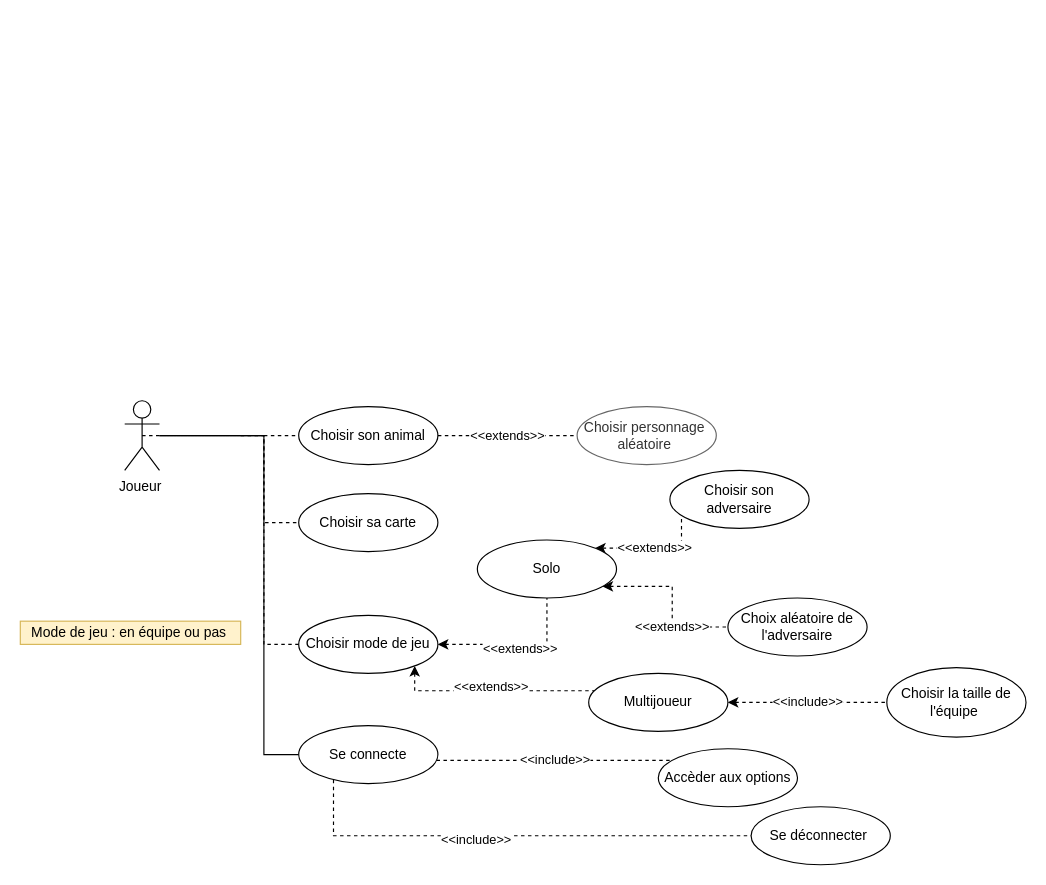
The draw.io diagram UML/CasUtilisation.drawio in SergeOudart/ProjetConceptionUML, before the edit. Source tidied: cells renumbered, new cells numbered last; positions are measured from the earlier drawing's top-left corner, leaving out a move shared by most shapes. Both pictures are drawn from the tidied source at 116%, with x=0, y=0 at pixel (20, 400).
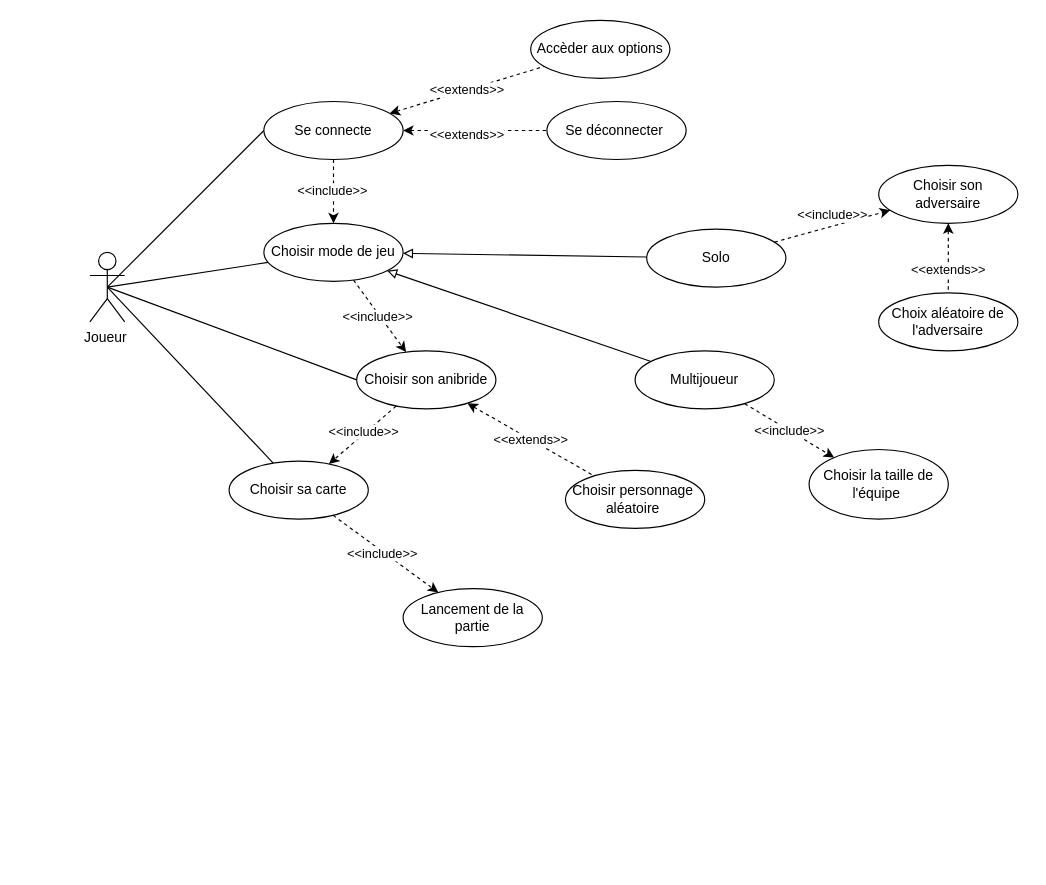
The same diagram, later.

Diff of the diagram source:
```diff
@@
-    <mxCell id="2" style="edgeStyle=orthogonalEdgeStyle;rounded=0;jettySize=auto;html=1;endArrow=none;endFill=0;entryX=0;entryY=0.5;entryDx=0;entryDy=0;" parent="1" edge="1" source="5" target="8">
-      <mxGeometry relative="1" as="geometry">
-        <Array as="points">
-          <mxPoint x="210" y="30" />
-          <mxPoint x="210" y="305" />
-        </Array>
-      </mxGeometry>
+    <mxCell id="2" style="rounded=0;jettySize=auto;html=1;endArrow=none;endFill=0;entryX=0;entryY=0.5;entryDx=0;entryDy=0;exitX=0.5;exitY=0.5;exitDx=0;exitDy=0;exitPerimeter=0;" parent="1" edge="1" source="5" target="8">
+      <mxGeometry relative="1" as="geometry" />
     </mxCell>
-    <mxCell id="3" style="edgeStyle=orthogonalEdgeStyle;rounded=0;jettySize=auto;html=1;exitX=0.5;exitY=0.5;exitDx=0;exitDy=0;exitPerimeter=0;dashed=1;startArrow=none;startFill=0;endArrow=none;endFill=0;" parent="1" edge="1" source="5" target="14">
-      <mxGeometry relative="1" as="geometry">
-        <Array as="points">
-          <mxPoint x="210" y="30" />
-          <mxPoint x="210" y="210" />
-        </Array>
-      </mxGeometry>
+    <mxCell id="3" style="rounded=0;jettySize=auto;html=1;exitX=0.5;exitY=0.5;exitDx=0;exitDy=0;exitPerimeter=0;startArrow=none;startFill=0;endArrow=none;endFill=0;" parent="1" edge="1" source="5" target="14">
+      <mxGeometry relative="1" as="geometry" />
     </mxCell>
-    <mxCell id="4" style="edgeStyle=orthogonalEdgeStyle;rounded=0;jettySize=auto;html=1;entryX=0;entryY=0.5;entryDx=0;entryDy=0;dashed=1;startArrow=none;startFill=0;endArrow=none;endFill=0;" parent="1" edge="1" source="5" target="27">
-      <mxGeometry relative="1" as="geometry">
-        <Array as="points">
-          <mxPoint x="240" y="30" />
-        </Array>
-      </mxGeometry>
+    <mxCell id="4" style="rounded=0;jettySize=auto;html=1;entryX=0;entryY=0.5;entryDx=0;entryDy=0;startArrow=none;startFill=0;endArrow=none;endFill=0;exitX=0.5;exitY=0.5;exitDx=0;exitDy=0;exitPerimeter=0;" parent="1" edge="1" source="5" target="27">
+      <mxGeometry relative="1" as="geometry" />
     </mxCell>
     <mxCell id="5" value="Joueur&amp;nbsp;" style="shape=umlActor;verticalLabelPosition=bottom;verticalAlign=top;html=1;outlineConnect=0;" parent="1" vertex="1">
-      <mxGeometry x="90" width="30" height="60" as="geometry" />
+      <mxGeometry x="60" y="-128" width="30" height="60" as="geometry" />
     </mxCell>
-    <mxCell id="6" value="&amp;lt;&amp;lt;include&amp;gt;&amp;gt;" style="edgeStyle=orthogonalEdgeStyle;rounded=0;jettySize=auto;html=1;endArrow=none;endFill=0;dashed=1;" parent="1" edge="1" source="8" target="15">
+    <mxCell id="6" value="&amp;lt;&amp;lt;extends&amp;gt;&amp;gt;" style="rounded=0;jettySize=auto;html=1;endArrow=none;endFill=0;dashed=1;startArrow=classic;startFill=1;" parent="1" edge="1" source="8" target="15">
       <mxGeometry x="-0.18" y="-14" relative="1" as="geometry">
-        <Array as="points">
-          <mxPoint x="270" y="375" />
-        </Array>
         <mxPoint x="4" y="-10" as="offset" />
       </mxGeometry>
     </mxCell>
-    <mxCell id="7" value="&amp;lt;&amp;lt;include&amp;gt;&amp;gt;" style="edgeStyle=orthogonalEdgeStyle;rounded=0;jettySize=auto;html=1;dashed=1;endArrow=none;endFill=0;" parent="1" edge="1" source="8" target="16">
-      <mxGeometry relative="1" as="geometry">
-        <Array as="points">
-          <mxPoint x="390" y="310" />
-          <mxPoint x="390" y="310" />
-        </Array>
-      </mxGeometry>
+    <mxCell id="7" value="&amp;lt;&amp;lt;extends&amp;gt;&amp;gt;" style="rounded=0;jettySize=auto;html=1;dashed=1;endArrow=none;endFill=0;startArrow=classic;startFill=1;" parent="1" edge="1" source="8" target="16">
+      <mxGeometry relative="1" as="geometry" />
     </mxCell>
+    <mxCell id="30" style="edgeStyle=none;rounded=0;jettySize=auto;html=1;fontColor=#000000;startArrow=none;startFill=0;endArrow=classic;endFill=1;dashed=1;" parent="1" edge="1" source="8" target="14">
+      <mxGeometry relative="1" as="geometry" />
+    </mxCell>
+    <mxCell id="31" value="&amp;lt;&amp;lt;include&amp;gt;&amp;gt;" style="edgeLabel;html=1;align=center;verticalAlign=middle;fontColor=#000000;" parent="30" vertex="1">
+      <mxGeometry x="-0.05" y="-2" relative="1" as="geometry" />
+    </mxCell>
     <mxCell id="8" value="Se connecte" style="ellipse;whiteSpace=wrap;html=1;" parent="1" vertex="1">
-      <mxGeometry x="240" y="280" width="120" height="50" as="geometry" />
+      <mxGeometry x="210" y="-258" width="120" height="50" as="geometry" />
     </mxCell>
-    <mxCell id="9" value="Mode de jeu : en équipe ou pas&amp;nbsp;" style="text;html=1;align=center;verticalAlign=middle;strokeColor=#d6b656;fillColor=#fff2cc;" parent="1" vertex="1">
-      <mxGeometry y="190" width="190" height="20" as="geometry" />
-    </mxCell>
-    <mxCell id="10" style="edgeStyle=orthogonalEdgeStyle;rounded=0;jettySize=auto;html=1;dashed=1;startArrow=classic;startFill=1;endArrow=none;endFill=0;" parent="1" edge="1" source="14" target="18">
-      <mxGeometry relative="1" as="geometry">
-        <Array as="points">
-          <mxPoint x="340" y="250" />
-        </Array>
-      </mxGeometry>
+    <mxCell id="10" style="rounded=0;jettySize=auto;html=1;startArrow=block;startFill=0;endArrow=none;endFill=0;" parent="1" edge="1" source="14" target="18">
+      <mxGeometry relative="1" as="geometry" />
     </mxCell>
-    <mxCell id="11" value="&amp;lt;&amp;lt;extends&amp;gt;&amp;gt;" style="edgeLabel;html=1;align=center;verticalAlign=middle;" parent="10" vertex="1">
-      <mxGeometry x="-0.01" y="4" relative="1" as="geometry" />
-    </mxCell>
-    <mxCell id="12" style="edgeStyle=orthogonalEdgeStyle;rounded=0;jettySize=auto;html=1;dashed=1;startArrow=classic;startFill=1;endArrow=none;endFill=0;" parent="1" edge="1" source="14" target="22">
+    <mxCell id="12" style="rounded=0;jettySize=auto;html=1;startArrow=block;startFill=0;endArrow=none;endFill=0;" parent="1" edge="1" source="14" target="22">
       <mxGeometry relative="1" as="geometry" />
     </mxCell>
-    <mxCell id="13" value="&amp;lt;&amp;lt;extends&amp;gt;&amp;gt;" style="edgeLabel;html=1;align=center;verticalAlign=middle;" parent="12" vertex="1">
-      <mxGeometry x="0.04" y="-3" relative="1" as="geometry" />
-    </mxCell>
     <mxCell id="14" value="Choisir mode de jeu" style="ellipse;whiteSpace=wrap;html=1;" parent="1" vertex="1">
-      <mxGeometry x="240" y="185" width="120" height="50" as="geometry" />
+      <mxGeometry x="210" y="-153" width="120" height="50" as="geometry" />
     </mxCell>
     <mxCell id="15" value="Se déconnecter&amp;nbsp;" style="ellipse;whiteSpace=wrap;html=1;" parent="1" vertex="1">
-      <mxGeometry x="630" y="350" width="120" height="50" as="geometry" />
+      <mxGeometry x="454" y="-258" width="120" height="50" as="geometry" />
     </mxCell>
     <mxCell id="16" value="Accèder aux options" style="ellipse;whiteSpace=wrap;html=1;" parent="1" vertex="1">
-      <mxGeometry x="550" y="300" width="120" height="50" as="geometry" />
+      <mxGeometry x="440" y="-328" width="120" height="50" as="geometry" />
     </mxCell>
-    <mxCell id="17" value="&amp;lt;&amp;lt;include&amp;gt;&amp;gt;" style="edgeStyle=orthogonalEdgeStyle;rounded=0;jettySize=auto;html=1;startArrow=classic;startFill=1;endArrow=none;endFill=0;dashed=1;" parent="1" edge="1" source="18" target="19">
+    <mxCell id="17" value="&amp;lt;&amp;lt;include&amp;gt;&amp;gt;" style="rounded=0;jettySize=auto;html=1;startArrow=none;startFill=0;endArrow=classic;endFill=1;dashed=1;" parent="1" edge="1" source="18" target="19">
       <mxGeometry relative="1" as="geometry" />
     </mxCell>
     <mxCell id="18" value="Multijoueur" style="ellipse;whiteSpace=wrap;html=1;" parent="1" vertex="1">
-      <mxGeometry x="490" y="235" width="120" height="50" as="geometry" />
+      <mxGeometry x="530" y="-43" width="120" height="50" as="geometry" />
     </mxCell>
     <mxCell id="19" value="Choisir la taille de l'équipe&amp;nbsp;" style="ellipse;whiteSpace=wrap;html=1;" parent="1" vertex="1">
-      <mxGeometry x="747" y="230" width="120" height="60" as="geometry" />
+      <mxGeometry x="680" y="42" width="120" height="60" as="geometry" />
     </mxCell>
-    <mxCell id="20" value="&amp;lt;&amp;lt;extends&amp;gt;&amp;gt;" style="edgeStyle=orthogonalEdgeStyle;rounded=0;jettySize=auto;html=1;startArrow=classic;startFill=1;endArrow=none;endFill=0;dashed=1;" parent="1" edge="1" source="22" target="23">
-      <mxGeometry relative="1" as="geometry">
-        <Array as="points">
-          <mxPoint x="570" y="127" />
-        </Array>
-      </mxGeometry>
+    <mxCell id="20" value="&amp;lt;&amp;lt;include&amp;gt;&amp;gt;" style="rounded=0;jettySize=auto;html=1;startArrow=none;startFill=0;endArrow=classic;endFill=1;dashed=1;" parent="1" edge="1" source="22" target="23">
+      <mxGeometry x="0.05" y="9" relative="1" as="geometry" />
     </mxCell>
-    <mxCell id="21" value="&amp;lt;&amp;lt;extends&amp;gt;&amp;gt;" style="edgeStyle=orthogonalEdgeStyle;rounded=0;jettySize=auto;html=1;dashed=1;startArrow=classic;startFill=1;endArrow=none;endFill=0;" parent="1" edge="1" source="22" target="24">
-      <mxGeometry x="0.33" relative="1" as="geometry">
-        <Array as="points">
-          <mxPoint x="562" y="160" />
-          <mxPoint x="562" y="195" />
-        </Array>
-      </mxGeometry>
+    <mxCell id="21" value="&amp;lt;&amp;lt;extends&amp;gt;&amp;gt;" style="rounded=0;jettySize=auto;html=1;dashed=1;startArrow=classic;startFill=1;endArrow=none;endFill=0;" parent="1" edge="1" source="23" target="24">
+      <mxGeometry x="0.33" relative="1" as="geometry" />
     </mxCell>
     <mxCell id="22" value="Solo" style="ellipse;whiteSpace=wrap;html=1;" parent="1" vertex="1">
-      <mxGeometry x="394" y="120" width="120" height="50" as="geometry" />
+      <mxGeometry x="540" y="-148" width="120" height="50" as="geometry" />
     </mxCell>
     <mxCell id="23" value="Choisir son adversaire" style="ellipse;whiteSpace=wrap;html=1;" parent="1" vertex="1">
-      <mxGeometry x="560" y="60" width="120" height="50" as="geometry" />
+      <mxGeometry x="740" y="-203" width="120" height="50" as="geometry" />
     </mxCell>
     <mxCell id="24" value="Choix aléatoire de l'adversaire" style="ellipse;whiteSpace=wrap;html=1;" parent="1" vertex="1">
-      <mxGeometry x="610" y="170" width="120" height="50" as="geometry" />
+      <mxGeometry x="740" y="-93" width="120" height="50" as="geometry" />
     </mxCell>
-    <mxCell id="25" style="edgeStyle=orthogonalEdgeStyle;rounded=0;jettySize=auto;html=1;dashed=1;startArrow=none;startFill=0;endArrow=none;endFill=0;" parent="1" edge="1" target="29">
-      <mxGeometry relative="1" as="geometry">
-        <mxPoint x="190" y="30" as="sourcePoint" />
-        <Array as="points">
-          <mxPoint x="210" y="30" />
-          <mxPoint x="210" y="105" />
-        </Array>
-      </mxGeometry>
+    <mxCell id="25" style="rounded=0;jettySize=auto;html=1;startArrow=none;startFill=0;endArrow=none;endFill=0;exitX=0.5;exitY=0.5;exitDx=0;exitDy=0;exitPerimeter=0;" parent="1" edge="1" source="5" target="29">
+      <mxGeometry relative="1" as="geometry" />
     </mxCell>
-    <mxCell id="26" value="&amp;lt;&amp;lt;extends&amp;gt;&amp;gt;" style="edgeStyle=orthogonalEdgeStyle;rounded=0;jettySize=auto;html=1;entryX=0;entryY=0.5;entryDx=0;entryDy=0;dashed=1;startArrow=none;startFill=0;endArrow=none;endFill=0;" parent="1" edge="1" source="27" target="28">
+    <mxCell id="26" value="&amp;lt;&amp;lt;extends&amp;gt;&amp;gt;" style="rounded=0;jettySize=auto;html=1;dashed=1;startArrow=classic;startFill=1;endArrow=none;endFill=0;" parent="1" edge="1" source="27" target="28">
       <mxGeometry relative="1" as="geometry" />
     </mxCell>
-    <mxCell id="27" value="Choisir son animal" style="ellipse;whiteSpace=wrap;html=1;" parent="1" vertex="1">
-      <mxGeometry x="240" y="5" width="120" height="50" as="geometry" />
+    <mxCell id="27" value="Choisir son anibride" style="ellipse;whiteSpace=wrap;html=1;" parent="1" vertex="1">
+      <mxGeometry x="290" y="-43" width="120" height="50" as="geometry" />
     </mxCell>
-    <mxCell id="28" value="Choisir personnage&amp;nbsp; aléatoire&amp;nbsp;" style="ellipse;whiteSpace=wrap;html=1;fillColor=#FFFFFF;strokeColor=#666666;fontColor=#333333;" parent="1" vertex="1">
-      <mxGeometry x="480" y="5" width="120" height="50" as="geometry" />
+    <mxCell id="28" value="Choisir personnage&amp;nbsp; aléatoire&amp;nbsp;" style="ellipse;whiteSpace=wrap;html=1;fillColor=rgba(255, 255, 255, 1);strokeColor=rgba(0, 0, 0, 1);fontColor=rgba(0, 0, 0, 1);" parent="1" vertex="1">
+      <mxGeometry x="470" y="60" width="120" height="50" as="geometry" />
     </mxCell>
     <mxCell id="29" value="Choisir sa carte" style="ellipse;whiteSpace=wrap;html=1;" parent="1" vertex="1">
-      <mxGeometry x="240" y="80" width="120" height="50" as="geometry" />
+      <mxGeometry x="180" y="52" width="120" height="50" as="geometry" />
     </mxCell>
+    <mxCell id="32" value="Lancement de la partie" style="ellipse;whiteSpace=wrap;html=1;" parent="1" vertex="1">
+      <mxGeometry x="330" y="162" width="120" height="50" as="geometry" />
+    </mxCell>
+    <mxCell id="33" style="edgeStyle=none;rounded=0;jettySize=auto;html=1;fontColor=#000000;startArrow=none;startFill=0;endArrow=classic;endFill=1;dashed=1;" parent="1" edge="1" source="14" target="27">
+      <mxGeometry relative="1" as="geometry" />
+    </mxCell>
+    <mxCell id="34" value="&amp;lt;&amp;lt;include&amp;gt;&amp;gt;" style="edgeLabel;html=1;align=center;verticalAlign=middle;fontColor=#000000;" parent="33" vertex="1">
+      <mxGeometry x="-0.05" y="-2" relative="1" as="geometry" />
+    </mxCell>
+    <mxCell id="35" style="edgeStyle=none;rounded=0;jettySize=auto;html=1;fontColor=#000000;startArrow=none;startFill=0;endArrow=classic;endFill=1;dashed=1;" parent="1" edge="1" source="27" target="29">
+      <mxGeometry relative="1" as="geometry" />
+    </mxCell>
+    <mxCell id="36" value="&amp;lt;&amp;lt;include&amp;gt;&amp;gt;" style="edgeLabel;html=1;align=center;verticalAlign=middle;fontColor=#000000;" parent="35" vertex="1">
+      <mxGeometry x="-0.05" y="-2" relative="1" as="geometry" />
+    </mxCell>
+    <mxCell id="37" style="edgeStyle=none;rounded=0;jettySize=auto;html=1;fontColor=#000000;startArrow=none;startFill=0;endArrow=classic;endFill=1;dashed=1;" parent="1" edge="1" source="29" target="32">
+      <mxGeometry relative="1" as="geometry" />
+    </mxCell>
+    <mxCell id="38" value="&amp;lt;&amp;lt;include&amp;gt;&amp;gt;" style="edgeLabel;html=1;align=center;verticalAlign=middle;fontColor=#000000;" parent="37" vertex="1">
+      <mxGeometry x="-0.05" y="-2" relative="1" as="geometry" />
+    </mxCell>
```
